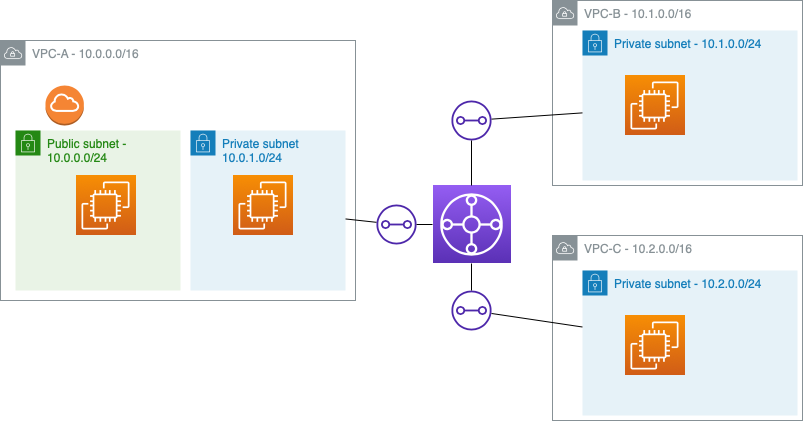
The draw.io diagram terraform_test_AWS/Transit Gateway/Diagramma.drawio.png in bortolo/newcomputing, before a commit. Source tidied: cells renumbered, new cells last; positions are measured from the earlier drawing's top-left corner, leaving out a move shared by most shapes.
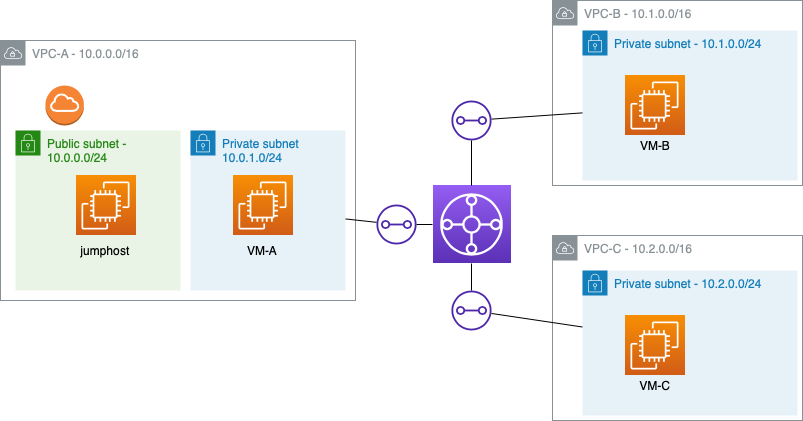
After the commit.

Diff of the diagram source:
```diff
@@ -8,6 +8,9 @@
     <mxCell id="3" value="Public subnet - 10.0.0.0/24" style="gradientColor=none;html=1;whiteSpace=wrap;fontSize=12;fontStyle=0;shape=mxgraph.aws4.group;grIcon=mxgraph.aws4.group_security_group;grStroke=0;strokeColor=#248814;fillColor=#E9F3E6;verticalAlign=top;align=left;spacingLeft=30;fontColor=#248814;dashed=0;" parent="1" vertex="1">
       <mxGeometry x="15" y="130" width="165" height="160" as="geometry" />
     </mxCell>
+    <mxCell id="24" value="jumphost" style="text;html=1;strokeColor=none;fillColor=none;align=center;verticalAlign=middle;whiteSpace=wrap;rounded=0;" parent="3" vertex="1">
+      <mxGeometry x="60" y="105" width="60" height="30" as="geometry" />
+    </mxCell>
     <mxCell id="4" style="sketch=0;fontColor=#232F3E;gradientColor=#F78E04;gradientDirection=north;fillColor=#D05C17;strokeColor=#ffffff;dashed=0;verticalLabelPosition=bottom;verticalAlign=top;align=center;html=1;fontSize=12;fontStyle=0;shape=mxgraph.aws4.resourceIcon;resIcon=mxgraph.aws4.ec2;" parent="1" vertex="1">
       <mxGeometry x="75" y="175" width="60" height="60" as="geometry" />
     </mxCell>
@@ -41,6 +44,9 @@
     <mxCell id="14" style="sketch=0;fontColor=#232F3E;gradientColor=#F78E04;gradientDirection=north;fillColor=#D05C17;strokeColor=#ffffff;dashed=0;verticalLabelPosition=bottom;verticalAlign=top;align=center;html=1;fontSize=12;fontStyle=0;shape=mxgraph.aws4.resourceIcon;resIcon=mxgraph.aws4.ec2;" parent="13" vertex="1">
       <mxGeometry x="42" y="45" width="60" height="60" as="geometry" />
     </mxCell>
+    <mxCell id="25" value="VM-A" style="text;html=1;strokeColor=none;fillColor=none;align=center;verticalAlign=middle;whiteSpace=wrap;rounded=0;" parent="13" vertex="1">
+      <mxGeometry x="42" y="105" width="60" height="30" as="geometry" />
+    </mxCell>
     <mxCell id="15" style="sketch=0;outlineConnect=0;fontColor=#232F3E;gradientColor=none;fillColor=#4D27AA;strokeColor=none;dashed=0;verticalLabelPosition=bottom;verticalAlign=top;align=center;html=1;fontSize=12;fontStyle=0;shape=mxgraph.aws4.transit_gateway_attachment;" parent="1" vertex="1">
       <mxGeometry x="376" y="204" width="40" height="40" as="geometry" />
     </mxCell>
@@ -68,5 +74,11 @@
     <mxCell id="23" style="endArrow=none;html=1;rounded=0;entryX=0.5;entryY=1;entryDx=0;entryDy=0;entryPerimeter=0;" parent="1" edge="1" source="17" target="9">
       <mxGeometry relative="1" as="geometry" />
     </mxCell>
+    <mxCell id="26" value="VM-B" style="text;html=1;strokeColor=none;fillColor=none;align=center;verticalAlign=middle;whiteSpace=wrap;rounded=0;" parent="1" vertex="1">
+      <mxGeometry x="625" y="130" width="60" height="30" as="geometry" />
+    </mxCell>
+    <mxCell id="27" value="VM-C" style="text;html=1;strokeColor=none;fillColor=none;align=center;verticalAlign=middle;whiteSpace=wrap;rounded=0;" parent="1" vertex="1">
+      <mxGeometry x="625" y="370" width="60" height="30" as="geometry" />
+    </mxCell>
   </root>
 </mxGraphModel>
```
